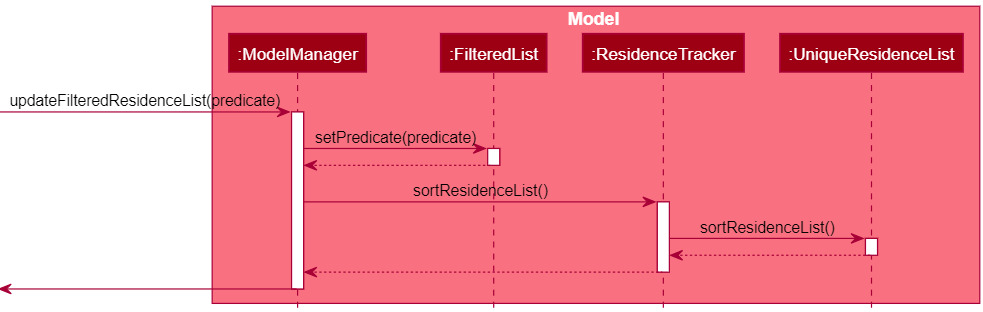
Before: docs/images/ResidenceSortSequenceDiagram.png, a diagram exported from PlantUML (nus-cs2103-AY2021S2/tp). Its source is kept beside it as docs/diagrams/ResidenceSortSequenceDiagram.puml.
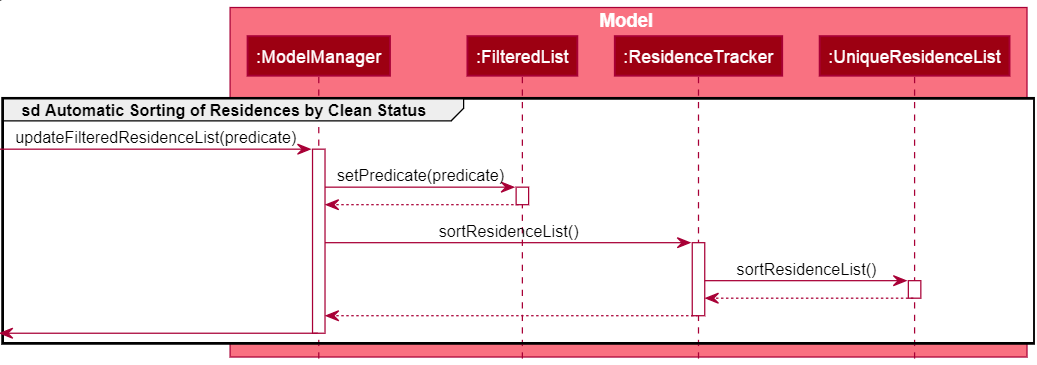
After the commit.

The edit, as a diff of the source:
```diff
@@ -1,5 +1,6 @@
 @startuml
 !include style.puml
+group sd Automatic Sorting of Residences by Clean Status
 
 box Model MODEL_COLOR_T1
 participant ":ModelManager" as Model MODEL_COLOR
@@ -31,4 +32,5 @@
 
 [<- Model
 deactivate Model
+end
 @enduml
```
